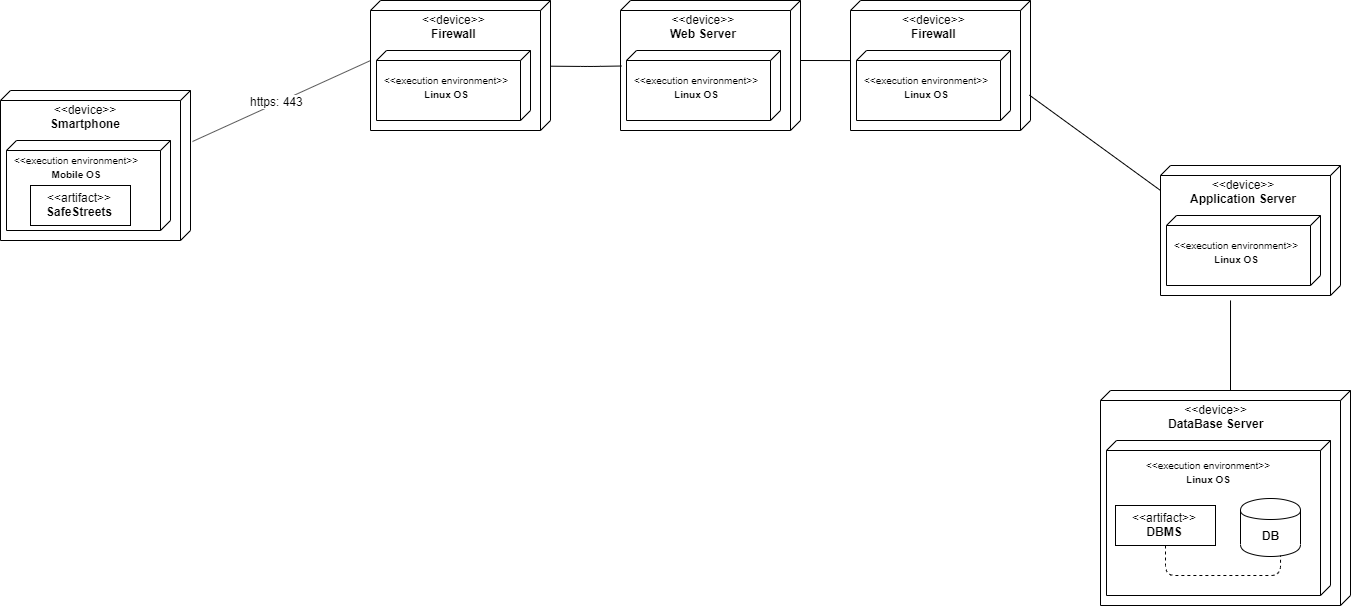
Above: DD/img/Deployment_component.png in dariomiceli3/SafeStreet (draw.io), before the change. Source tidied: cells renumbered, new cells last; positions are measured from the earlier drawing's top-left corner, leaving out a move shared by most shapes. Source of this version:
```xml
<mxGraphModel>
  <root>
    <mxCell id="0" />
    <mxCell id="1" parent="0" />
    <mxCell id="2" style="verticalAlign=top;align=center;spacingTop=8;spacingLeft=2;spacingRight=12;shape=cube;size=10;direction=south;fontStyle=4;html=1;" parent="1" vertex="1">
      <mxGeometry y="90" width="190" height="150" as="geometry" />
    </mxCell>
    <mxCell id="3" value="&amp;lt;&amp;lt;device&amp;gt;&amp;gt;&lt;br&gt;&lt;b&gt;Smartphone&lt;br&gt;&lt;br&gt;&lt;/b&gt;" style="text;html=1;align=center;verticalAlign=top;spacingTop=-4;" parent="1" vertex="1">
      <mxGeometry x="40" y="100" width="90" height="40" as="geometry" />
    </mxCell>
    <mxCell id="4" style="verticalAlign=top;align=left;spacingTop=8;spacingLeft=2;spacingRight=12;shape=cube;size=10;direction=south;fontStyle=4;html=1;" parent="1" vertex="1">
      <mxGeometry x="6" y="140" width="164" height="90" as="geometry" />
    </mxCell>
    <mxCell id="5" value="&lt;font style=&quot;font-size: 10px&quot;&gt;&lt;span&gt;&amp;lt;&amp;lt;execution environment&amp;gt;&amp;gt;&lt;/span&gt;&lt;br&gt;&lt;b&gt;Mobile OS&lt;/b&gt;&lt;/font&gt;" style="text;html=1;align=center;verticalAlign=top;spacingTop=-4;" parent="1" vertex="1">
      <mxGeometry x="6" y="150" width="140" height="30" as="geometry" />
    </mxCell>
    <mxCell id="6" value="&amp;lt;&amp;lt;artifact&amp;gt;&amp;gt;&lt;br&gt;&lt;b&gt;SafeStreets&lt;/b&gt;" style="html=1;" parent="1" vertex="1">
      <mxGeometry x="30" y="185" width="100" height="40" as="geometry" />
    </mxCell>
    <mxCell id="7" style="verticalAlign=top;align=center;spacingTop=8;spacingLeft=2;spacingRight=12;shape=cube;size=10;direction=south;fontStyle=4;html=1;" parent="1" vertex="1">
      <mxGeometry x="370" width="180" height="130" as="geometry" />
    </mxCell>
    <mxCell id="8" value="&amp;lt;&amp;lt;device&amp;gt;&amp;gt;&lt;br&gt;&lt;b&gt;Firewall&lt;br&gt;&lt;br&gt;&lt;/b&gt;" style="text;html=1;align=center;verticalAlign=top;spacingTop=-4;" parent="1" vertex="1">
      <mxGeometry x="413" y="10" width="80" height="40" as="geometry" />
    </mxCell>
    <mxCell id="9" style="verticalAlign=top;align=left;spacingTop=8;spacingLeft=2;spacingRight=12;shape=cube;size=10;direction=south;fontStyle=4;html=1;" parent="1" vertex="1">
      <mxGeometry x="376" y="50" width="154" height="70" as="geometry" />
    </mxCell>
    <mxCell id="10" value="&lt;font style=&quot;font-size: 10px&quot;&gt;&lt;span&gt;&amp;lt;&amp;lt;execution environment&amp;gt;&amp;gt;&lt;/span&gt;&lt;br&gt;&lt;b&gt;Linux OS&lt;/b&gt;&lt;br&gt;&lt;/font&gt;" style="text;html=1;align=center;verticalAlign=top;spacingTop=-4;" parent="1" vertex="1">
      <mxGeometry x="376" y="70" width="140" height="30" as="geometry" />
    </mxCell>
    <mxCell id="11" style="verticalAlign=top;align=center;spacingTop=8;spacingLeft=2;spacingRight=12;shape=cube;size=10;direction=south;fontStyle=4;html=1;" parent="1" vertex="1">
      <mxGeometry x="850" width="180" height="130" as="geometry" />
    </mxCell>
    <mxCell id="12" value="&amp;lt;&amp;lt;device&amp;gt;&amp;gt;&lt;br&gt;&lt;b&gt;Firewall&lt;br&gt;&lt;br&gt;&lt;/b&gt;" style="text;html=1;align=center;verticalAlign=top;spacingTop=-4;" parent="1" vertex="1">
      <mxGeometry x="893" y="10" width="80" height="40" as="geometry" />
    </mxCell>
    <mxCell id="13" style="verticalAlign=top;align=left;spacingTop=8;spacingLeft=2;spacingRight=12;shape=cube;size=10;direction=south;fontStyle=4;html=1;" parent="1" vertex="1">
      <mxGeometry x="856" y="50" width="154" height="70" as="geometry" />
    </mxCell>
    <mxCell id="14" value="&lt;font style=&quot;font-size: 10px&quot;&gt;&lt;span&gt;&amp;lt;&amp;lt;execution environment&amp;gt;&amp;gt;&lt;/span&gt;&lt;br&gt;&lt;b&gt;Linux OS&lt;/b&gt;&lt;br&gt;&lt;/font&gt;" style="text;html=1;align=center;verticalAlign=top;spacingTop=-4;" parent="1" vertex="1">
      <mxGeometry x="856" y="70" width="140" height="30" as="geometry" />
    </mxCell>
    <mxCell id="15" style="verticalAlign=top;align=center;spacingTop=8;spacingLeft=2;spacingRight=12;shape=cube;size=10;direction=south;fontStyle=4;html=1;" parent="1" vertex="1">
      <mxGeometry x="620" width="180" height="130" as="geometry" />
    </mxCell>
    <mxCell id="16" value="&amp;lt;&amp;lt;device&amp;gt;&amp;gt;&lt;br&gt;&lt;b&gt;Web Server&lt;br&gt;&lt;br&gt;&lt;/b&gt;" style="text;html=1;align=center;verticalAlign=top;spacingTop=-4;" parent="1" vertex="1">
      <mxGeometry x="663" y="10" width="80" height="40" as="geometry" />
    </mxCell>
    <mxCell id="17" style="verticalAlign=top;align=left;spacingTop=8;spacingLeft=2;spacingRight=12;shape=cube;size=10;direction=south;fontStyle=4;html=1;" parent="1" vertex="1">
      <mxGeometry x="626" y="50" width="154" height="70" as="geometry" />
    </mxCell>
    <mxCell id="18" value="&lt;font style=&quot;font-size: 10px&quot;&gt;&lt;span&gt;&amp;lt;&amp;lt;execution environment&amp;gt;&amp;gt;&lt;/span&gt;&lt;br&gt;&lt;b&gt;Linux OS&lt;/b&gt;&lt;br&gt;&lt;/font&gt;" style="text;html=1;align=center;verticalAlign=top;spacingTop=-4;" parent="1" vertex="1">
      <mxGeometry x="626" y="70" width="140" height="30" as="geometry" />
    </mxCell>
    <mxCell id="19" style="verticalAlign=top;align=center;spacingTop=8;spacingLeft=2;spacingRight=12;shape=cube;size=10;direction=south;fontStyle=4;html=1;" parent="1" vertex="1">
      <mxGeometry x="1160" y="165" width="180" height="130" as="geometry" />
    </mxCell>
    <mxCell id="20" value="&amp;lt;&amp;lt;device&amp;gt;&amp;gt;&lt;br&gt;&lt;b&gt;Application Server&lt;br&gt;&lt;br&gt;&lt;/b&gt;" style="text;html=1;align=center;verticalAlign=top;spacingTop=-4;" parent="1" vertex="1">
      <mxGeometry x="1183" y="175" width="120" height="40" as="geometry" />
    </mxCell>
    <mxCell id="21" style="verticalAlign=top;align=left;spacingTop=8;spacingLeft=2;spacingRight=12;shape=cube;size=10;direction=south;fontStyle=4;html=1;" parent="1" vertex="1">
      <mxGeometry x="1166" y="215" width="154" height="70" as="geometry" />
    </mxCell>
    <mxCell id="22" value="&lt;font style=&quot;font-size: 10px&quot;&gt;&lt;span&gt;&amp;lt;&amp;lt;execution environment&amp;gt;&amp;gt;&lt;/span&gt;&lt;br&gt;&lt;b&gt;Linux OS&lt;/b&gt;&lt;br&gt;&lt;/font&gt;" style="text;html=1;align=center;verticalAlign=top;spacingTop=-4;" parent="1" vertex="1">
      <mxGeometry x="1166" y="235" width="140" height="30" as="geometry" />
    </mxCell>
    <mxCell id="23" style="verticalAlign=top;align=center;spacingTop=8;spacingLeft=2;spacingRight=12;shape=cube;size=10;direction=south;fontStyle=4;html=1;" parent="1" vertex="1">
      <mxGeometry x="1100" y="390" width="250" height="215" as="geometry" />
    </mxCell>
    <mxCell id="24" value="&amp;lt;&amp;lt;device&amp;gt;&amp;gt;&lt;br&gt;&lt;b&gt;DataBase Server&lt;br&gt;&lt;br&gt;&lt;/b&gt;" style="text;html=1;align=center;verticalAlign=top;spacingTop=-4;" parent="1" vertex="1">
      <mxGeometry x="1160" y="400" width="110" height="40" as="geometry" />
    </mxCell>
    <mxCell id="25" style="verticalAlign=top;align=left;spacingTop=8;spacingLeft=2;spacingRight=12;shape=cube;size=10;direction=south;fontStyle=4;html=1;" parent="1" vertex="1">
      <mxGeometry x="1106" y="440" width="224" height="155" as="geometry" />
    </mxCell>
    <mxCell id="26" value="&lt;font style=&quot;font-size: 10px&quot;&gt;&lt;span&gt;&amp;lt;&amp;lt;execution environment&amp;gt;&amp;gt;&lt;/span&gt;&lt;br&gt;&lt;b&gt;Linux OS&lt;/b&gt;&lt;/font&gt;" style="text;html=1;align=center;verticalAlign=top;spacingTop=-4;" parent="1" vertex="1">
      <mxGeometry x="1138" y="455" width="140" height="30" as="geometry" />
    </mxCell>
    <mxCell id="27" value="&amp;lt;&amp;lt;artifact&amp;gt;&amp;gt;&lt;br&gt;&lt;b&gt;DBMS&lt;/b&gt;" style="html=1;" parent="1" vertex="1">
      <mxGeometry x="1115" y="505" width="100" height="40" as="geometry" />
    </mxCell>
    <mxCell id="28" value="&lt;b&gt;DB&lt;/b&gt;" style="shape=cylinder;whiteSpace=wrap;html=1;boundedLbl=1;backgroundOutline=1;" parent="1" vertex="1">
      <mxGeometry x="1240" y="498" width="60" height="58" as="geometry" />
    </mxCell>
    <mxCell id="29" style="endArrow=none;dashed=1;html=1;entryX=0.742;entryY=0.223;entryDx=0;entryDy=0;entryPerimeter=0;exitX=0.5;exitY=1;exitDx=0;exitDy=0;" parent="1" edge="1" source="27" target="25">
      <mxGeometry relative="1" as="geometry">
        <Array as="points">
          <mxPoint x="1165" y="575" />
          <mxPoint x="1280" y="575" />
        </Array>
      </mxGeometry>
    </mxCell>
    <mxCell id="30" style="endArrow=none;html=1;entryX=0.462;entryY=1;entryDx=0;entryDy=0;entryPerimeter=0;" parent="1" edge="1" target="7">
      <mxGeometry relative="1" as="geometry">
        <mxPoint x="192" y="141" as="sourcePoint" />
      </mxGeometry>
    </mxCell>
    <mxCell id="31" value="https: 443" style="text;html=1;align=center;verticalAlign=middle;labelBackgroundColor=#ffffff;" parent="30" vertex="1">
      <mxGeometry x="-0.05" y="2" relative="1" as="geometry" />
    </mxCell>
    <mxCell id="32" style="endArrow=none;html=1;entryX=0.504;entryY=0.995;entryDx=0;entryDy=0;entryPerimeter=0;" parent="1" edge="1" source="7" target="15">
      <mxGeometry relative="1" as="geometry">
        <Array as="points">
          <mxPoint x="590" y="66" />
        </Array>
      </mxGeometry>
    </mxCell>
    <mxCell id="33" style="endArrow=none;html=1;entryX=0.462;entryY=1;entryDx=0;entryDy=0;entryPerimeter=0;exitX=0;exitY=0;exitDx=60;exitDy=0;exitPerimeter=0;" parent="1" edge="1" source="15" target="11">
      <mxGeometry relative="1" as="geometry" />
    </mxCell>
    <mxCell id="34" style="endArrow=none;html=1;exitX=0.728;exitY=0.006;exitDx=0;exitDy=0;exitPerimeter=0;entryX=0.192;entryY=1;entryDx=0;entryDy=0;entryPerimeter=0;" parent="1" edge="1" source="11" target="19">
      <mxGeometry relative="1" as="geometry" />
    </mxCell>
    <mxCell id="35" style="endArrow=none;html=1;entryX=1.038;entryY=0.611;entryDx=0;entryDy=0;entryPerimeter=0;exitX=0;exitY=0;exitDx=0;exitDy=120;exitPerimeter=0;" parent="1" edge="1" source="23" target="19">
      <mxGeometry relative="1" as="geometry" />
    </mxCell>
  </root>
</mxGraphModel>
```
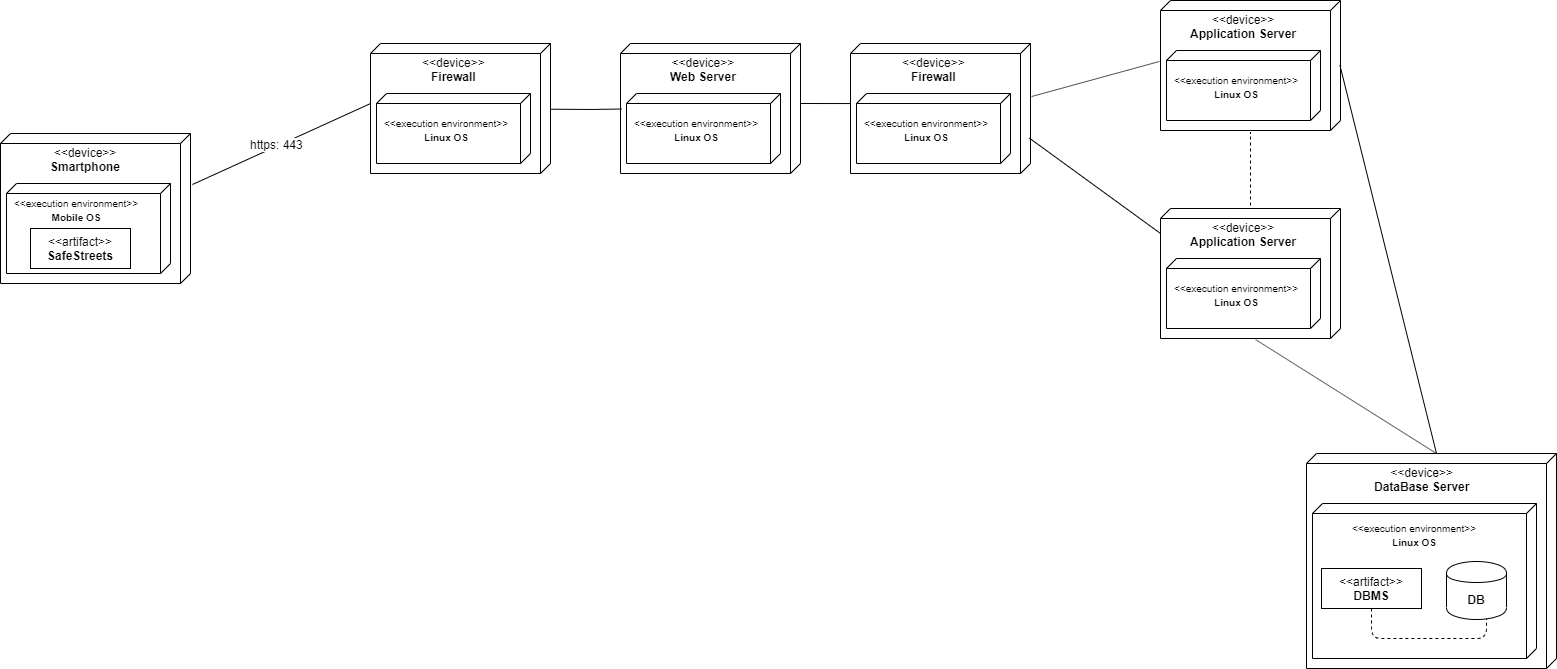
After the commit.

The edit, as a diff of the source:
```diff
@@ -66,28 +66,28 @@
       <mxGeometry x="1166" y="235" width="140" height="30" as="geometry" />
     </mxCell>
     <mxCell id="23" style="verticalAlign=top;align=center;spacingTop=8;spacingLeft=2;spacingRight=12;shape=cube;size=10;direction=south;fontStyle=4;html=1;" parent="1" vertex="1">
-      <mxGeometry x="1100" y="390" width="250" height="215" as="geometry" />
+      <mxGeometry x="1306" y="410" width="250" height="215" as="geometry" />
     </mxCell>
     <mxCell id="24" value="&amp;lt;&amp;lt;device&amp;gt;&amp;gt;&lt;br&gt;&lt;b&gt;DataBase Server&lt;br&gt;&lt;br&gt;&lt;/b&gt;" style="text;html=1;align=center;verticalAlign=top;spacingTop=-4;" parent="1" vertex="1">
-      <mxGeometry x="1160" y="400" width="110" height="40" as="geometry" />
+      <mxGeometry x="1366" y="420" width="110" height="40" as="geometry" />
     </mxCell>
     <mxCell id="25" style="verticalAlign=top;align=left;spacingTop=8;spacingLeft=2;spacingRight=12;shape=cube;size=10;direction=south;fontStyle=4;html=1;" parent="1" vertex="1">
-      <mxGeometry x="1106" y="440" width="224" height="155" as="geometry" />
+      <mxGeometry x="1312" y="460" width="224" height="155" as="geometry" />
     </mxCell>
     <mxCell id="26" value="&lt;font style=&quot;font-size: 10px&quot;&gt;&lt;span&gt;&amp;lt;&amp;lt;execution environment&amp;gt;&amp;gt;&lt;/span&gt;&lt;br&gt;&lt;b&gt;Linux OS&lt;/b&gt;&lt;/font&gt;" style="text;html=1;align=center;verticalAlign=top;spacingTop=-4;" parent="1" vertex="1">
-      <mxGeometry x="1138" y="455" width="140" height="30" as="geometry" />
+      <mxGeometry x="1344" y="475" width="140" height="30" as="geometry" />
     </mxCell>
     <mxCell id="27" value="&amp;lt;&amp;lt;artifact&amp;gt;&amp;gt;&lt;br&gt;&lt;b&gt;DBMS&lt;/b&gt;" style="html=1;" parent="1" vertex="1">
-      <mxGeometry x="1115" y="505" width="100" height="40" as="geometry" />
+      <mxGeometry x="1321" y="525" width="100" height="40" as="geometry" />
     </mxCell>
     <mxCell id="28" value="&lt;b&gt;DB&lt;/b&gt;" style="shape=cylinder;whiteSpace=wrap;html=1;boundedLbl=1;backgroundOutline=1;" parent="1" vertex="1">
-      <mxGeometry x="1240" y="498" width="60" height="58" as="geometry" />
+      <mxGeometry x="1446" y="518" width="60" height="58" as="geometry" />
     </mxCell>
     <mxCell id="29" style="endArrow=none;dashed=1;html=1;entryX=0.742;entryY=0.223;entryDx=0;entryDy=0;entryPerimeter=0;exitX=0.5;exitY=1;exitDx=0;exitDy=0;" parent="1" edge="1" source="27" target="25">
       <mxGeometry relative="1" as="geometry">
         <Array as="points">
-          <mxPoint x="1165" y="575" />
-          <mxPoint x="1280" y="575" />
+          <mxPoint x="1371" y="595" />
+          <mxPoint x="1486" y="595" />
         </Array>
       </mxGeometry>
     </mxCell>
@@ -112,8 +112,32 @@
     <mxCell id="34" style="endArrow=none;html=1;exitX=0.728;exitY=0.006;exitDx=0;exitDy=0;exitPerimeter=0;entryX=0.192;entryY=1;entryDx=0;entryDy=0;entryPerimeter=0;" parent="1" edge="1" source="11" target="19">
       <mxGeometry relative="1" as="geometry" />
     </mxCell>
-    <mxCell id="35" style="endArrow=none;html=1;entryX=1.038;entryY=0.611;entryDx=0;entryDy=0;entryPerimeter=0;exitX=0;exitY=0;exitDx=0;exitDy=120;exitPerimeter=0;" parent="1" edge="1" source="23" target="19">
+    <mxCell id="35" style="endArrow=none;html=1;entryX=1.008;entryY=0.472;entryDx=0;entryDy=0;entryPerimeter=0;exitX=0;exitY=0;exitDx=0;exitDy=120;exitPerimeter=0;" parent="1" edge="1" source="23" target="19">
       <mxGeometry relative="1" as="geometry" />
     </mxCell>
+    <mxCell id="36" style="verticalAlign=top;align=center;spacingTop=8;spacingLeft=2;spacingRight=12;shape=cube;size=10;direction=south;fontStyle=4;html=1;" parent="1" vertex="1">
+      <mxGeometry x="1160" y="-43" width="180" height="130" as="geometry" />
+    </mxCell>
+    <mxCell id="37" value="&amp;lt;&amp;lt;device&amp;gt;&amp;gt;&lt;br&gt;&lt;b&gt;Application Server&lt;br&gt;&lt;br&gt;&lt;/b&gt;" style="text;html=1;align=center;verticalAlign=top;spacingTop=-4;" parent="1" vertex="1">
+      <mxGeometry x="1183" y="-33" width="120" height="40" as="geometry" />
+    </mxCell>
+    <mxCell id="38" style="verticalAlign=top;align=left;spacingTop=8;spacingLeft=2;spacingRight=12;shape=cube;size=10;direction=south;fontStyle=4;html=1;" parent="1" vertex="1">
+      <mxGeometry x="1166" y="7" width="154" height="70" as="geometry" />
+    </mxCell>
+    <mxCell id="39" value="&lt;font style=&quot;font-size: 10px&quot;&gt;&lt;span&gt;&amp;lt;&amp;lt;execution environment&amp;gt;&amp;gt;&lt;/span&gt;&lt;br&gt;&lt;b&gt;Linux OS&lt;/b&gt;&lt;br&gt;&lt;/font&gt;" style="text;html=1;align=center;verticalAlign=top;spacingTop=-4;" parent="1" vertex="1">
+      <mxGeometry x="1166" y="27" width="140" height="30" as="geometry" />
+    </mxCell>
+    <mxCell id="40" style="endArrow=none;html=1;exitX=0.408;exitY=-0.006;exitDx=0;exitDy=0;exitPerimeter=0;entryX=0.469;entryY=1.006;entryDx=0;entryDy=0;entryPerimeter=0;" parent="1" edge="1" source="11" target="36">
+      <mxGeometry relative="1" as="geometry" />
+    </mxCell>
+    <mxCell id="41" style="endArrow=none;html=1;entryX=0.499;entryY=0.003;entryDx=0;entryDy=0;entryPerimeter=0;exitX=0;exitY=0;exitDx=0;exitDy=120;exitPerimeter=0;" parent="1" edge="1" source="23" target="36">
+      <mxGeometry relative="1" as="geometry" />
+    </mxCell>
+    <mxCell id="42" style="endArrow=none;dashed=1;html=1;" parent="1" edge="1">
+      <mxGeometry relative="1" as="geometry">
+        <mxPoint x="1250" y="162" as="sourcePoint" />
+        <mxPoint x="1250" y="89" as="targetPoint" />
+      </mxGeometry>
+    </mxCell>
   </root>
 </mxGraphModel>
```
